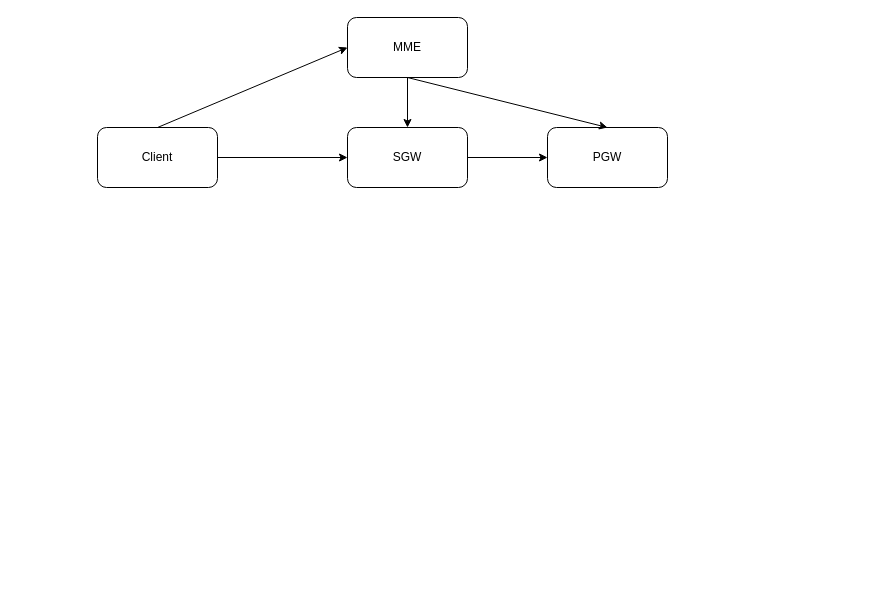
Before: SGW-PGW.drawio in sanzor/4G-Network-Evolved-Packet-Core, a draw.io diagram. Source tidied: cells renumbered, new cells numbered last; positions are measured from the earlier drawing's top-left corner, leaving out a move shared by most shapes. Both pictures are drawn from the tidied source at 100%, with x=0, y=0 at pixel (97, 17).
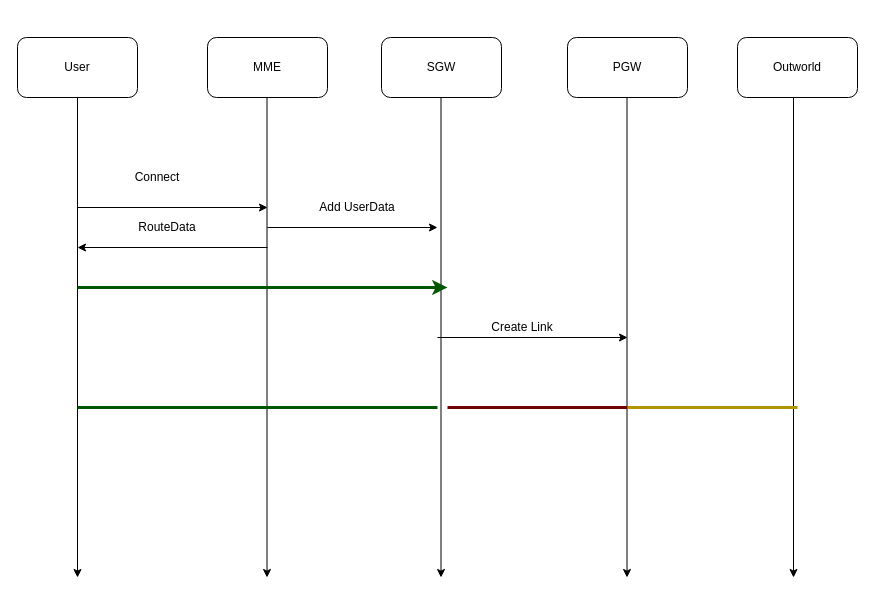
After the change.

The edit, as a diff of the source:
```diff
@@
-    <mxCell id="2" value="Client" style="rounded=1;whiteSpace=wrap;html=1;" parent="1" vertex="1">
-      <mxGeometry y="110" width="120" height="60" as="geometry" />
-    </mxCell>
+    <mxCell id="10" value="User" style="rounded=1;whiteSpace=wrap;html=1;" parent="1" vertex="1">
+      <mxGeometry x="-80" y="20" width="120" height="60" as="geometry" />
+    </mxCell>
     <mxCell id="3" value="MME" style="rounded=1;whiteSpace=wrap;html=1;" parent="1" vertex="1">
-      <mxGeometry x="250" width="120" height="60" as="geometry" />
+      <mxGeometry x="110" y="20" width="120" height="60" as="geometry" />
     </mxCell>
     <mxCell id="4" value="SGW" style="rounded=1;whiteSpace=wrap;html=1;" parent="1" vertex="1">
-      <mxGeometry x="250" y="110" width="120" height="60" as="geometry" />
+      <mxGeometry x="284" y="20" width="120" height="60" as="geometry" />
     </mxCell>
     <mxCell id="5" value="PGW" style="rounded=1;whiteSpace=wrap;html=1;" parent="1" vertex="1">
-      <mxGeometry x="450" y="110" width="120" height="60" as="geometry" />
+      <mxGeometry x="470" y="20" width="120" height="60" as="geometry" />
     </mxCell>
-    <mxCell id="6" style="endArrow=classic;html=1;exitX=0.5;exitY=0;exitDx=0;exitDy=0;entryX=0;entryY=0.5;entryDx=0;entryDy=0;" parent="1" edge="1" source="2" target="3">
-      <mxGeometry relative="1" as="geometry" />
-    </mxCell>
-    <mxCell id="7" style="endArrow=classic;html=1;exitX=1;exitY=0.5;exitDx=0;exitDy=0;entryX=0;entryY=0.5;entryDx=0;entryDy=0;" parent="1" edge="1" source="2" target="4">
-      <mxGeometry relative="1" as="geometry" />
-    </mxCell>
-    <mxCell id="8" style="endArrow=classic;html=1;exitX=1;exitY=0.5;exitDx=0;exitDy=0;entryX=0;entryY=0.5;entryDx=0;entryDy=0;" parent="1" edge="1" source="4" target="5">
-      <mxGeometry relative="1" as="geometry" />
-    </mxCell>
-    <mxCell id="9" style="endArrow=classic;html=1;exitX=0.5;exitY=1;exitDx=0;exitDy=0;" parent="1" edge="1" source="3" target="4">
-      <mxGeometry relative="1" as="geometry" />
-    </mxCell>
-    <mxCell id="10" style="endArrow=classic;html=1;exitX=0.5;exitY=1;exitDx=0;exitDy=0;entryX=0.5;entryY=0;entryDx=0;entryDy=0;" parent="1" edge="1" source="3" target="5">
-      <mxGeometry relative="1" as="geometry" />
-    </mxCell>
+    <mxCell id="11" style="endArrow=classic;html=1;exitX=0.5;exitY=1;exitDx=0;exitDy=0;" parent="1" edge="1" source="10">
+      <mxGeometry relative="1" as="geometry">
+        <mxPoint x="-20" y="560" as="targetPoint" />
+      </mxGeometry>
+    </mxCell>
+    <mxCell id="12" style="endArrow=classic;html=1;exitX=0.5;exitY=1;exitDx=0;exitDy=0;" parent="1" edge="1">
+      <mxGeometry relative="1" as="geometry">
+        <mxPoint x="169.5" y="80" as="sourcePoint" />
+        <mxPoint x="169.5" y="560" as="targetPoint" />
+      </mxGeometry>
+    </mxCell>
+    <mxCell id="13" style="endArrow=classic;html=1;exitX=0.5;exitY=1;exitDx=0;exitDy=0;" parent="1" edge="1">
+      <mxGeometry relative="1" as="geometry">
+        <mxPoint x="343.5" y="80" as="sourcePoint" />
+        <mxPoint x="343.5" y="560" as="targetPoint" />
+      </mxGeometry>
+    </mxCell>
+    <mxCell id="14" style="endArrow=classic;html=1;exitX=0.5;exitY=1;exitDx=0;exitDy=0;" parent="1" edge="1">
+      <mxGeometry relative="1" as="geometry">
+        <mxPoint x="529.5" y="80" as="sourcePoint" />
+        <mxPoint x="529.5" y="560" as="targetPoint" />
+      </mxGeometry>
+    </mxCell>
+    <mxCell id="15" style="endArrow=classic;html=1;" parent="1" edge="1">
+      <mxGeometry relative="1" as="geometry">
+        <mxPoint x="-20" y="190" as="sourcePoint" />
+        <mxPoint x="170" y="190" as="targetPoint" />
+      </mxGeometry>
+    </mxCell>
+    <mxCell id="16" value="Connect" style="text;html=1;strokeColor=none;fillColor=none;align=center;verticalAlign=middle;whiteSpace=wrap;rounded=0;" parent="1" vertex="1">
+      <mxGeometry x="40" y="150" width="40" height="20" as="geometry" />
+    </mxCell>
+    <mxCell id="17" style="endArrow=classic;html=1;" parent="1" edge="1">
+      <mxGeometry relative="1" as="geometry">
+        <mxPoint x="170" y="210" as="sourcePoint" />
+        <mxPoint x="340" y="210" as="targetPoint" />
+      </mxGeometry>
+    </mxCell>
+    <mxCell id="18" value="Add UserData" style="text;html=1;strokeColor=none;fillColor=none;align=center;verticalAlign=middle;whiteSpace=wrap;rounded=0;" parent="1" vertex="1">
+      <mxGeometry x="220" y="180" width="80" height="20" as="geometry" />
+    </mxCell>
+    <mxCell id="19" style="endArrow=classic;html=1;" parent="1" edge="1">
+      <mxGeometry relative="1" as="geometry">
+        <mxPoint x="170" y="230" as="sourcePoint" />
+        <mxPoint x="-20" y="230" as="targetPoint" />
+      </mxGeometry>
+    </mxCell>
+    <mxCell id="20" value="RouteData" style="text;html=1;strokeColor=none;fillColor=none;align=center;verticalAlign=middle;whiteSpace=wrap;rounded=0;" parent="1" vertex="1">
+      <mxGeometry x="50" y="200" width="40" height="20" as="geometry" />
+    </mxCell>
+    <mxCell id="21" style="endArrow=classic;html=1;" parent="1" edge="1">
+      <mxGeometry relative="1" as="geometry">
+        <mxPoint x="340" y="320" as="sourcePoint" />
+        <mxPoint x="530" y="320" as="targetPoint" />
+      </mxGeometry>
+    </mxCell>
+    <mxCell id="22" value="Create Link" style="text;html=1;strokeColor=none;fillColor=none;align=center;verticalAlign=middle;whiteSpace=wrap;rounded=0;" parent="1" vertex="1">
+      <mxGeometry x="370" y="300" width="110" height="20" as="geometry" />
+    </mxCell>
+    <mxCell id="23" style="endArrow=classic;html=1;strokeWidth=3;fillColor=#008a00;strokeColor=#005700;" parent="1" edge="1">
+      <mxGeometry relative="1" as="geometry">
+        <mxPoint x="-20" y="270" as="sourcePoint" />
+        <mxPoint x="350" y="270" as="targetPoint" />
+      </mxGeometry>
+    </mxCell>
+    <mxCell id="24" style="endArrow=none;html=1;strokeWidth=3;fillColor=#008a00;strokeColor=#005700;" parent="1" edge="1">
+      <mxGeometry relative="1" as="geometry">
+        <mxPoint x="-20" y="390" as="sourcePoint" />
+        <mxPoint x="340" y="390" as="targetPoint" />
+      </mxGeometry>
+    </mxCell>
+    <mxCell id="25" style="endArrow=none;html=1;strokeWidth=3;fillColor=#a20025;strokeColor=#6F0000;" parent="1" edge="1">
+      <mxGeometry relative="1" as="geometry">
+        <mxPoint x="350" y="390" as="sourcePoint" />
+        <mxPoint x="530" y="390" as="targetPoint" />
+      </mxGeometry>
+    </mxCell>
+    <mxCell id="26" value="Outworld" style="rounded=1;whiteSpace=wrap;html=1;" parent="1" vertex="1">
+      <mxGeometry x="640" y="20" width="120" height="60" as="geometry" />
+    </mxCell>
+    <mxCell id="27" style="endArrow=classic;html=1;exitX=0.5;exitY=1;exitDx=0;exitDy=0;" parent="1" edge="1">
+      <mxGeometry relative="1" as="geometry">
+        <mxPoint x="696" y="80" as="sourcePoint" />
+        <mxPoint x="696" y="560" as="targetPoint" />
+      </mxGeometry>
+    </mxCell>
+    <mxCell id="28" style="endArrow=none;html=1;strokeWidth=3;fillColor=#e3c800;strokeColor=#B09500;" parent="1" edge="1">
+      <mxGeometry relative="1" as="geometry">
+        <mxPoint x="530" y="390" as="sourcePoint" />
+        <mxPoint x="700" y="390" as="targetPoint" />
+      </mxGeometry>
+    </mxCell>
```
